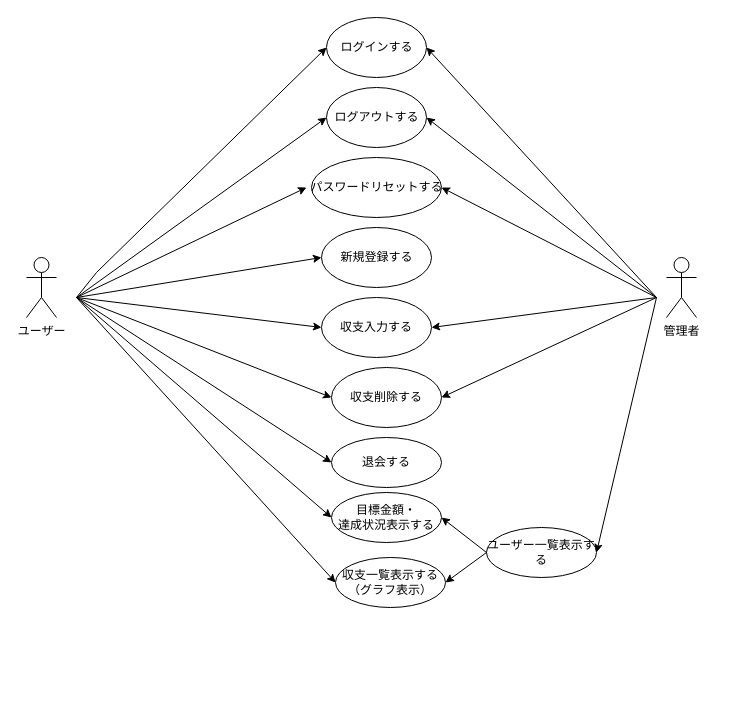
Above: kakeibo_usecase.drawio in harukioono/haruki-oono-educure-app (draw.io), before the change. Source tidied: cells renumbered, new cells numbered last; positions are measured from the earlier drawing's top-left corner, leaving out a move shared by most shapes. Both pictures are drawn from the tidied source at 100%, with x=0, y=0 at pixel (26, 17).
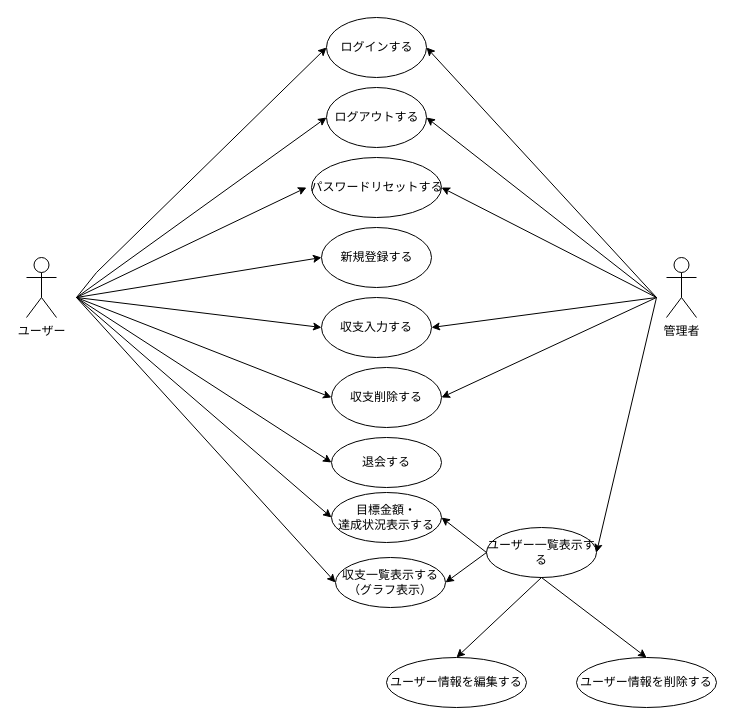
The same diagram, later.

The edit, as a diff of the source:
```diff
@@
-    <mxCell id="17" value="ユーザー一覧表示する" style="ellipse;whiteSpace=wrap;html=1;" parent="1" vertex="1">
+    <mxCell id="17" value="&lt;div&gt;ユーザー一覧表示する&lt;/div&gt;" style="ellipse;whiteSpace=wrap;html=1;" parent="1" vertex="1">
       <mxGeometry x="460" y="510" width="110" height="50" as="geometry" />
     </mxCell>
@@
+    <mxCell id="36" value="ユーザー情報を編集する" style="ellipse;whiteSpace=wrap;html=1;" parent="1" vertex="1">
+      <mxGeometry x="360" y="640" width="140" height="50" as="geometry" />
+    </mxCell>
+    <mxCell id="37" value="ユーザー情報を削除する" style="ellipse;whiteSpace=wrap;html=1;" parent="1" vertex="1">
+      <mxGeometry x="550" y="640" width="140" height="50" as="geometry" />
+    </mxCell>
+    <mxCell id="38" style="endArrow=classic;html=1;rounded=0;exitX=0.5;exitY=1;exitDx=0;exitDy=0;entryX=0.5;entryY=0;entryDx=0;entryDy=0;" parent="1" edge="1" source="17" target="36">
+      <mxGeometry relative="1" as="geometry" />
+    </mxCell>
+    <mxCell id="39" style="endArrow=classic;html=1;rounded=0;exitX=0.5;exitY=1;exitDx=0;exitDy=0;entryX=0.5;entryY=0;entryDx=0;entryDy=0;" parent="1" edge="1" source="17" target="37">
+      <mxGeometry relative="1" as="geometry" />
+    </mxCell>
```
